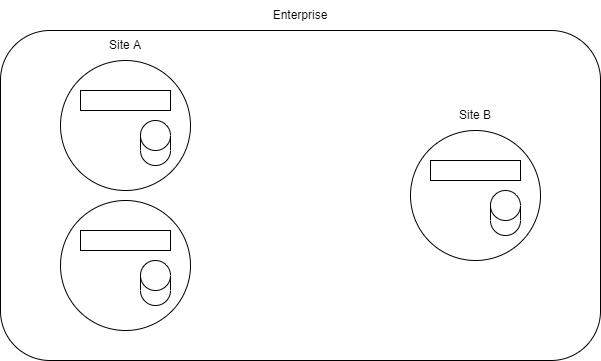
Before: images/Imprivata.drawio.png, a diagram exported from draw.io (Radriverron/radriverron.github.io). Source tidied: cells renumbered, new cells last; positions are measured from the earlier drawing's top-left corner, leaving out a move shared by most shapes.
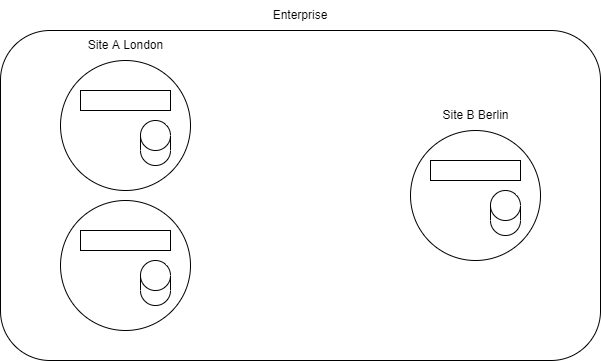
Later version of the same file.

Change to the diagram source:
```diff
@@ -14,11 +14,11 @@
     <mxCell id="5" style="ellipse;whiteSpace=wrap;html=1;" parent="1" vertex="1">
       <mxGeometry x="410" y="130" width="130" height="130" as="geometry" />
     </mxCell>
-    <mxCell id="6" value="Site A" style="text;html=1;strokeColor=none;fillColor=none;align=center;verticalAlign=middle;whiteSpace=wrap;rounded=0;" parent="1" vertex="1">
-      <mxGeometry x="95" y="30" width="60" height="30" as="geometry" />
+    <mxCell id="6" value="Site A London" style="text;html=1;strokeColor=none;fillColor=none;align=center;verticalAlign=middle;whiteSpace=wrap;rounded=0;" parent="1" vertex="1">
+      <mxGeometry x="82.5" y="30" width="85" height="30" as="geometry" />
     </mxCell>
-    <mxCell id="7" value="Site B" style="text;html=1;strokeColor=none;fillColor=none;align=center;verticalAlign=middle;whiteSpace=wrap;rounded=0;" parent="1" vertex="1">
-      <mxGeometry x="445" y="100" width="60" height="30" as="geometry" />
+    <mxCell id="7" value="Site B Berlin" style="text;html=1;strokeColor=none;fillColor=none;align=center;verticalAlign=middle;whiteSpace=wrap;rounded=0;" parent="1" vertex="1">
+      <mxGeometry x="432.5" y="100" width="85" height="30" as="geometry" />
     </mxCell>
     <mxCell id="8" value="Enterprise" style="text;html=1;strokeColor=none;fillColor=none;align=center;verticalAlign=middle;whiteSpace=wrap;rounded=0;" parent="1" vertex="1">
       <mxGeometry x="270" width="60" height="30" as="geometry" />
```
